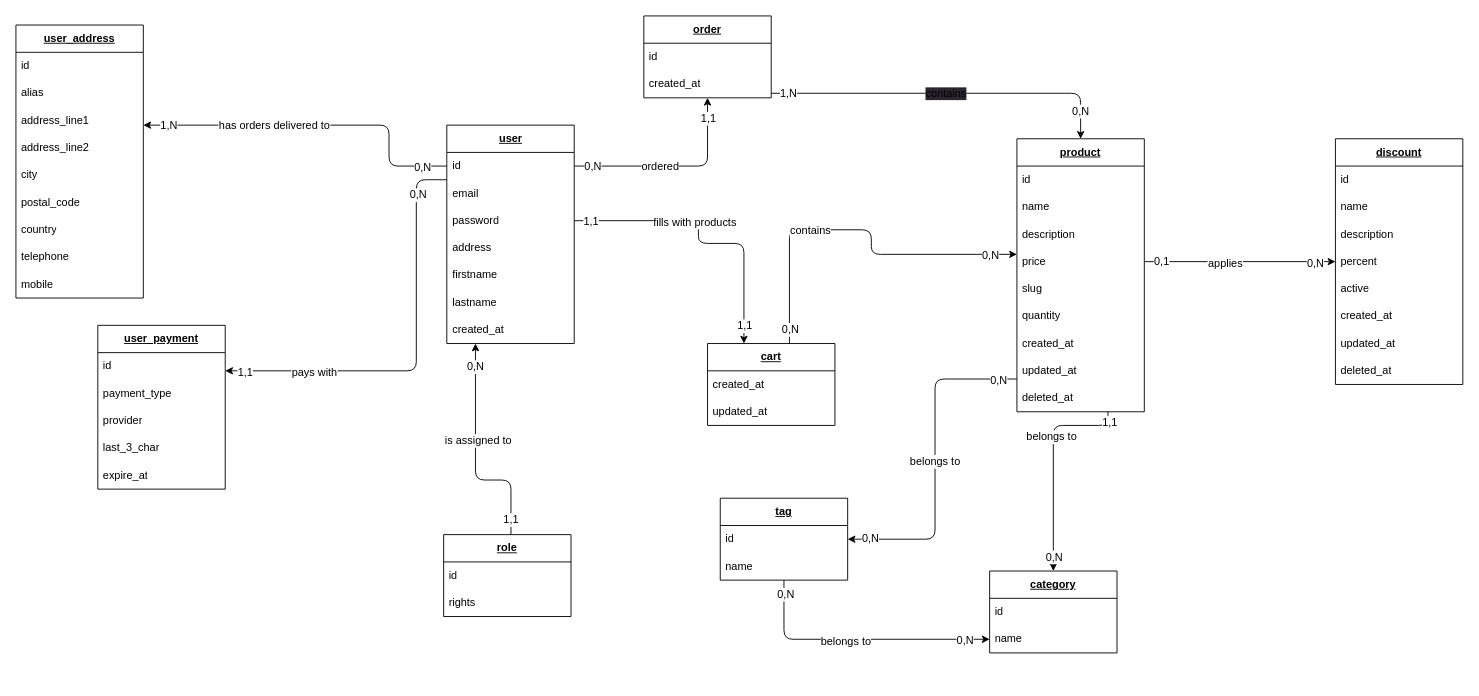
The draw.io diagram mcd.drawio in felix-hauger/boutique-en-ligne, before the edit. Source tidied: cells renumbered, new cells numbered last; positions are measured from the earlier drawing's top-left corner, leaving out a move shared by most shapes. Both pictures are drawn from the tidied source at 91%, with x=0, y=0 at pixel (15, 15).
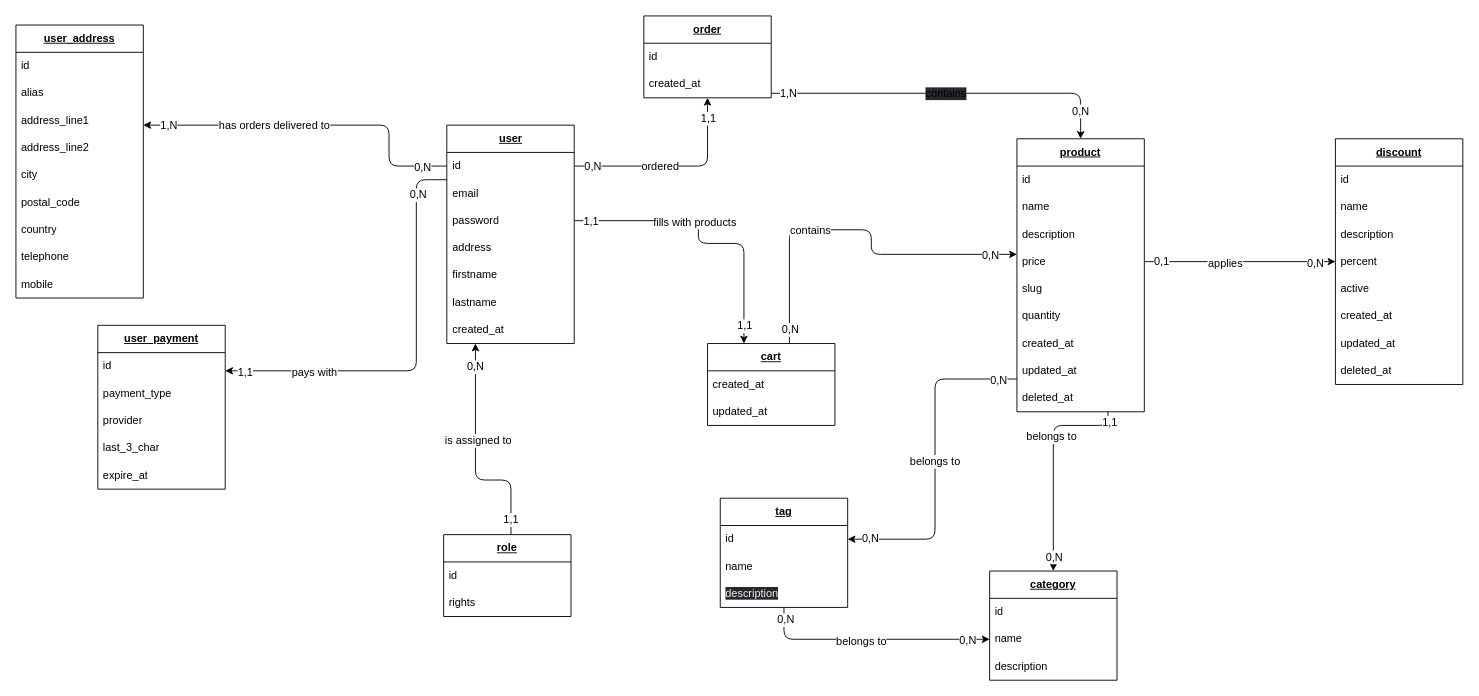
The same page after the edit.

Commit message:
MCD - added description field for tag & category entities

Unchanged cells that the change refers to:
```xml
<mxCell id="32" style="group;" parent="31" vertex="1">
  <mxGeometry x="110" y="10" width="140" height="120" as="geometry" />
</mxCell>
<mxCell id="37" style="group;" parent="36" vertex="1">
  <mxGeometry width="140" height="120" as="geometry" />
</mxCell>
```

Change to the diagram source:
```diff
@@
     <mxCell id="33" value="&lt;b&gt;&lt;u&gt;category&lt;br&gt;&lt;/u&gt;&lt;/b&gt;" style="swimlane;fontStyle=0;horizontal=1;startSize=30;whiteSpace=wrap;html=1;" parent="32" vertex="1">
-      <mxGeometry y="30" width="140" height="90" as="geometry" />
+      <mxGeometry y="30" width="140" height="120" as="geometry" />
     </mxCell>
@@
+    <mxCell id="107" value="description" style="text;strokeColor=none;fillColor=none;align=left;verticalAlign=middle;spacingLeft=4;spacingRight=4;overflow=hidden;whiteSpace=wrap;html=1;" parent="33" vertex="1">
+      <mxGeometry y="90" width="140" height="30" as="geometry" />
+    </mxCell>
@@
     <mxCell id="38" value="&lt;b&gt;&lt;u&gt;tag&lt;br&gt;&lt;/u&gt;&lt;/b&gt;" style="swimlane;fontStyle=0;horizontal=1;startSize=30;whiteSpace=wrap;html=1;" parent="37" vertex="1">
-      <mxGeometry y="30" width="140" height="90" as="geometry" />
+      <mxGeometry y="30" width="140" height="120" as="geometry" />
     </mxCell>
@@
+    <mxCell id="108" value="&lt;span style=&quot;color: rgb(240, 240, 240); font-family: Helvetica; font-size: 12px; font-style: normal; font-variant-ligatures: normal; font-variant-caps: normal; font-weight: 400; letter-spacing: normal; orphans: 2; text-align: left; text-indent: 0px; text-transform: none; widows: 2; word-spacing: 0px; -webkit-text-stroke-width: 0px; background-color: rgb(42, 37, 47); text-decoration-thickness: initial; text-decoration-style: initial; text-decoration-color: initial; float: none; display: inline !important;&quot;&gt;description&lt;/span&gt;" style="text;strokeColor=none;fillColor=none;align=left;verticalAlign=middle;spacingLeft=4;spacingRight=4;overflow=hidden;whiteSpace=wrap;html=1;" parent="38" vertex="1">
+      <mxGeometry y="90" width="140" height="30" as="geometry" />
+    </mxCell>
```
